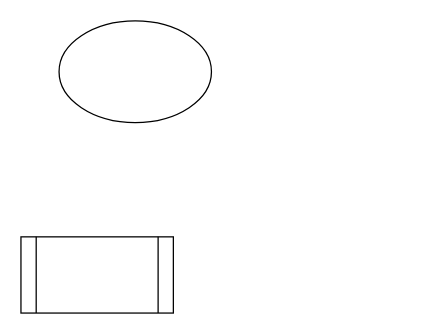
Earlier version of the draw.io diagram Untitled Diagram.drawio (Reydan46/drawio). Source tidied: cells renumbered, new cells numbered last; positions are measured from the earlier drawing's top-left corner, leaving out a move shared by most shapes. Both pictures are drawn from the tidied source at 127%, with x=0, y=0 at pixel (20, 20).
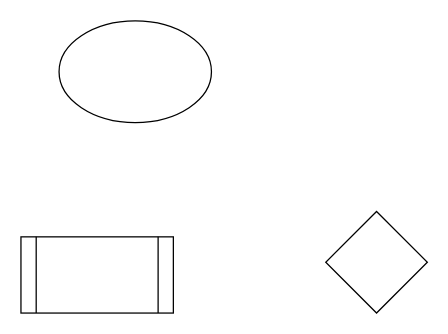
The same page after the edit.

Change to the diagram source:
```diff
@@
 <mxGraphModel>
   <root>
     <mxCell id="0" />
     <mxCell id="1" parent="0" />
     <mxCell id="2" style="ellipse;whiteSpace=wrap;html=1;" parent="1" vertex="1">
       <mxGeometry x="30" width="120" height="80" as="geometry" />
     </mxCell>
     <mxCell id="3" style="shape=process;whiteSpace=wrap;html=1;backgroundOutline=1;" parent="1" vertex="1">
       <mxGeometry y="170" width="120" height="60" as="geometry" />
     </mxCell>
+    <mxCell id="4" style="rhombus;whiteSpace=wrap;html=1;" parent="1" vertex="1">
+      <mxGeometry x="240" y="150" width="80" height="80" as="geometry" />
+    </mxCell>
   </root>
 </mxGraphModel>
```
